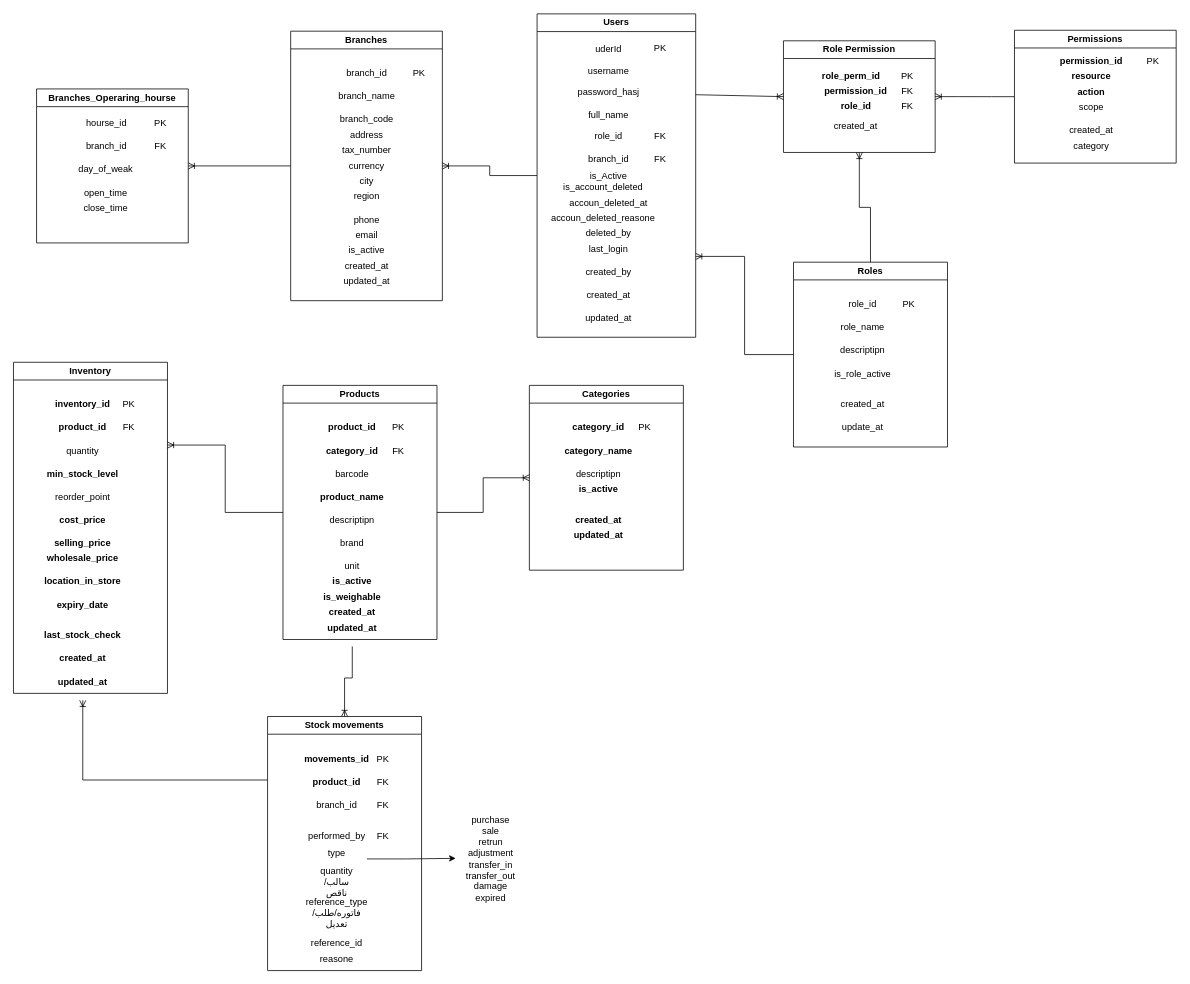
Above: ERD.drawio in EngWaleed999/POS (draw.io), before the change. Source tidied: cells renumbered, new cells numbered last; positions are measured from the earlier drawing's top-left corner, leaving out a move shared by most shapes. Both pictures are drawn from the tidied source at 77%, with x=0, y=0 at pixel (13, 14).
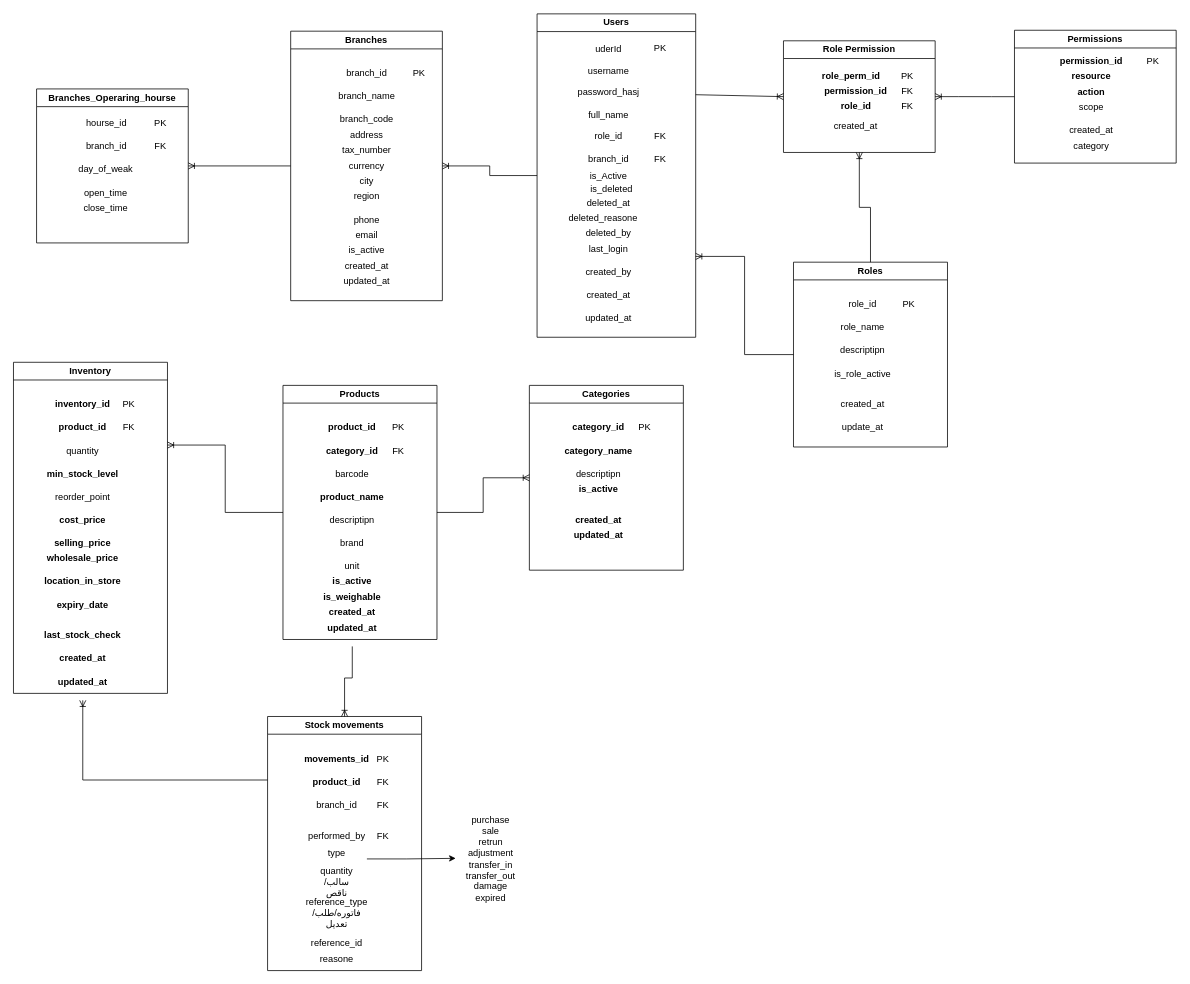
The same page after the edit.

Unchanged cells that the change refers to:
```xml
<mxCell id="2" value="Users" style="swimlane;whiteSpace=wrap;html=1;" parent="1" vertex="1">
  <mxGeometry x="680" y="-0.5" width="206" height="420" as="geometry" />
</mxCell>
```

Change to the diagram source:
```diff
@@
-    <mxCell id="8" value="accoun_deleted_at" style="text;html=1;whiteSpace=wrap;strokeColor=none;fillColor=none;align=center;verticalAlign=middle;rounded=0;perimeterSpacing=9;" parent="2" vertex="1">
+    <mxCell id="8" value="deleted_at" style="text;html=1;whiteSpace=wrap;strokeColor=none;fillColor=none;align=center;verticalAlign=middle;rounded=0;perimeterSpacing=9;" parent="2" vertex="1">
       <mxGeometry x="38" y="230" width="110" height="30" as="geometry" />
     </mxCell>
@@
-    <mxCell id="13" value="accoun_deleted_reasone" style="text;html=1;whiteSpace=wrap;strokeColor=none;fillColor=none;align=center;verticalAlign=middle;rounded=0;perimeterSpacing=9;" parent="2" vertex="1">
+    <mxCell id="13" value="deleted_reasone" style="text;html=1;whiteSpace=wrap;strokeColor=none;fillColor=none;align=center;verticalAlign=middle;rounded=0;perimeterSpacing=9;" parent="2" vertex="1">
       <mxGeometry x="31" y="250" width="110" height="30" as="geometry" />
     </mxCell>
-    <mxCell id="14" value="is_account_deleted" style="text;html=1;whiteSpace=wrap;strokeColor=none;fillColor=none;align=center;verticalAlign=middle;rounded=0;perimeterSpacing=9;" parent="2" vertex="1">
-      <mxGeometry x="20" y="210" width="132" height="30" as="geometry" />
+    <mxCell id="14" value="is_deleted" style="text;html=1;whiteSpace=wrap;strokeColor=none;fillColor=none;align=center;verticalAlign=middle;rounded=0;perimeterSpacing=9;" parent="2" vertex="1">
+      <mxGeometry x="31" y="212.5" width="132" height="30" as="geometry" />
     </mxCell>
```
